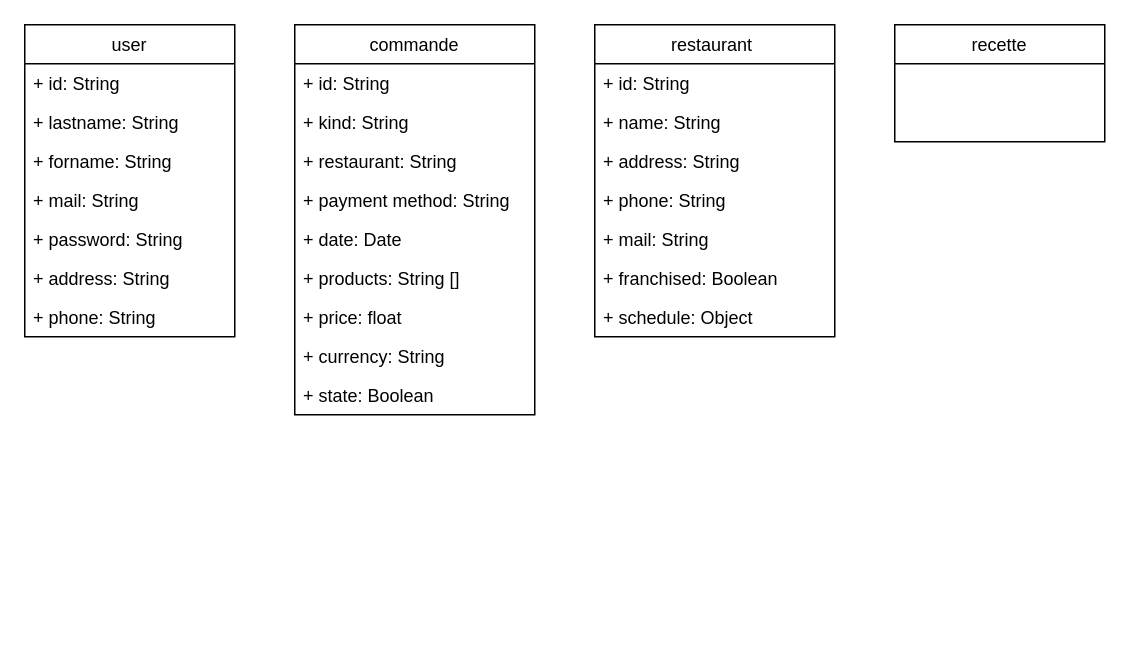
Before: good_food_2.0/Database model/Untitled Diagram.drawio.xml in obaconnais/good_food_2.0, a draw.io diagram. Source tidied: cells renumbered, new cells numbered last; positions are measured from the earlier drawing's top-left corner, leaving out a move shared by most shapes. Both pictures are drawn from the tidied source at 150%, with x=0, y=0 at pixel (24, 24).
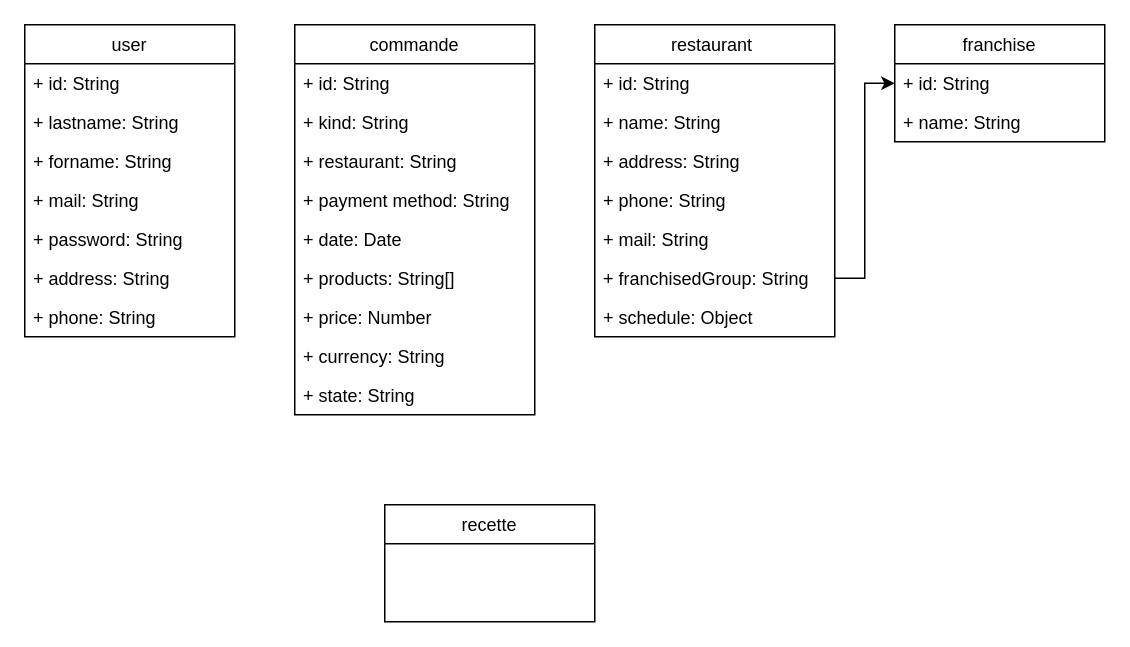
The same page after the edit.

Commit message:
Update: Database model

Unchanged cells that the change refers to:
```xml
<mxCell id="10" value="restaurant " style="swimlane;fontStyle=0;horizontal=1;startSize=26;fillColor=none;" parent="1" vertex="1">
  <mxGeometry x="380" width="160" height="208" as="geometry" />
</mxCell>
<mxCell id="19" value="commande" style="swimlane;fontStyle=0;horizontal=1;startSize=26;fillColor=none;" parent="1" vertex="1">
  <mxGeometry x="180" width="160" height="260" as="geometry" />
</mxCell>
```

What changed in the source:
```diff
@@
-    <mxCell id="16" value="+ franchised: Boolean" style="text;strokeColor=none;fillColor=none;align=left;verticalAlign=top;spacingLeft=4;spacingRight=4;overflow=hidden;points=[[0,0.5],[1,0.5]];portConstraint=eastwest;" parent="10" vertex="1">
+    <mxCell id="16" value="+ franchisedGroup: String" style="text;strokeColor=none;fillColor=none;align=left;verticalAlign=top;spacingLeft=4;spacingRight=4;overflow=hidden;points=[[0,0.5],[1,0.5]];portConstraint=eastwest;" parent="10" vertex="1">
       <mxGeometry y="156" width="160" height="26" as="geometry" />
     </mxCell>
@@
-    <mxCell id="18" value="recette" style="swimlane;fontStyle=0;horizontal=1;startSize=26;fillColor=none;" parent="1" vertex="1">
+    <mxCell id="18" value="franchise" style="swimlane;fontStyle=0;horizontal=1;startSize=26;fillColor=none;" parent="1" vertex="1">
       <mxGeometry x="580" width="140" height="78" as="geometry" />
     </mxCell>
+    <mxCell id="29" value="+ id: String" style="text;strokeColor=none;fillColor=none;align=left;verticalAlign=top;spacingLeft=4;spacingRight=4;overflow=hidden;points=[[0,0.5],[1,0.5]];portConstraint=eastwest;" parent="18" vertex="1">
+      <mxGeometry y="26" width="140" height="26" as="geometry" />
+    </mxCell>
+    <mxCell id="30" value="+ name: String" style="text;strokeColor=none;fillColor=none;align=left;verticalAlign=top;spacingLeft=4;spacingRight=4;overflow=hidden;" parent="18" vertex="1">
+      <mxGeometry y="52" width="140" height="26" as="geometry" />
+    </mxCell>
@@
-    <mxCell id="25" value="+ products: String []" style="text;strokeColor=none;fillColor=none;align=left;verticalAlign=top;spacingLeft=4;spacingRight=4;overflow=hidden;" parent="19" vertex="1">
+    <mxCell id="25" value="+ products: String[]" style="text;strokeColor=none;fillColor=none;align=left;verticalAlign=top;spacingLeft=4;spacingRight=4;overflow=hidden;" parent="19" vertex="1">
       <mxGeometry y="156" width="160" height="26" as="geometry" />
     </mxCell>
-    <mxCell id="26" value="+ price: float" style="text;strokeColor=none;fillColor=none;align=left;verticalAlign=top;spacingLeft=4;spacingRight=4;overflow=hidden;" parent="19" vertex="1">
+    <mxCell id="26" value="+ price: Number" style="text;strokeColor=none;fillColor=none;align=left;verticalAlign=top;spacingLeft=4;spacingRight=4;overflow=hidden;" parent="19" vertex="1">
       <mxGeometry y="182" width="160" height="26" as="geometry" />
     </mxCell>
@@
-    <mxCell id="28" value="+ state: Boolean" style="text;strokeColor=none;fillColor=none;align=left;verticalAlign=top;spacingLeft=4;spacingRight=4;overflow=hidden;" parent="19" vertex="1">
+    <mxCell id="28" value="+ state: String" style="text;strokeColor=none;fillColor=none;align=left;verticalAlign=top;spacingLeft=4;spacingRight=4;overflow=hidden;" parent="19" vertex="1">
       <mxGeometry y="234" width="160" height="26" as="geometry" />
     </mxCell>
+    <mxCell id="31" value="recette" style="swimlane;fontStyle=0;horizontal=1;startSize=26;fillColor=none;" parent="1" vertex="1">
+      <mxGeometry x="240" y="320" width="140" height="78" as="geometry" />
+    </mxCell>
+    <mxCell id="32" style="edgeStyle=orthogonalEdgeStyle;rounded=0;jettySize=auto;html=1;entryX=0;entryY=0.5;entryDx=0;entryDy=0;" parent="1" edge="1" source="16" target="29">
+      <mxGeometry relative="1" as="geometry" />
+    </mxCell>
```
